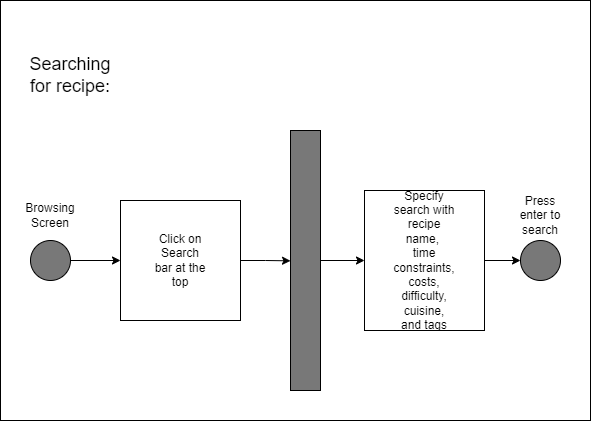
This is images/uml/UML1.png from software-students-fall2022/specification-exercise-team-7, a draw.io export, as it was before one commit. Source tidied: cells renumbered, new cells last; positions are measured from the earlier drawing's top-left corner, leaving out a move shared by most shapes. Its diagram source:
```xml
<mxGraphModel>
  <root>
    <mxCell id="0" />
    <mxCell id="1" parent="0" />
    <mxCell id="2" style="rounded=0;whiteSpace=wrap;html=1;fontSize=12;" parent="1" vertex="1">
      <mxGeometry width="590" height="420" as="geometry" />
    </mxCell>
    <mxCell id="3" value="&lt;font style=&quot;font-size: 18px;&quot;&gt;Searching for recipe:&lt;/font&gt;" style="text;html=1;strokeColor=none;fillColor=none;align=center;verticalAlign=middle;whiteSpace=wrap;rounded=0;" parent="1" vertex="1">
      <mxGeometry x="40" y="60" width="60" height="30" as="geometry" />
    </mxCell>
    <mxCell id="4" style="edgeStyle=orthogonalEdgeStyle;rounded=0;jettySize=auto;html=1;exitX=1;exitY=0.5;exitDx=0;exitDy=0;fontSize=12;" parent="1" edge="1" source="5" target="8">
      <mxGeometry relative="1" as="geometry" />
    </mxCell>
    <mxCell id="5" style="ellipse;whiteSpace=wrap;html=1;fontSize=12;fillColor=#787878;" parent="1" vertex="1">
      <mxGeometry x="30" y="240" width="40" height="40" as="geometry" />
    </mxCell>
    <mxCell id="6" value="Browsing Screen" style="text;html=1;strokeColor=none;fillColor=none;align=center;verticalAlign=middle;whiteSpace=wrap;rounded=0;fontSize=12;" parent="1" vertex="1">
      <mxGeometry x="20" y="200" width="60" height="30" as="geometry" />
    </mxCell>
    <mxCell id="7" style="edgeStyle=orthogonalEdgeStyle;rounded=0;jettySize=auto;html=1;exitX=1;exitY=0.5;exitDx=0;exitDy=0;fontSize=12;" parent="1" edge="1" source="8">
      <mxGeometry relative="1" as="geometry">
        <mxPoint x="290" y="260.3" as="targetPoint" />
      </mxGeometry>
    </mxCell>
    <mxCell id="8" style="rounded=0;whiteSpace=wrap;html=1;fontSize=12;" parent="1" vertex="1">
      <mxGeometry x="120" y="200" width="120" height="120" as="geometry" />
    </mxCell>
    <mxCell id="9" value="Click on Search bar at the top" style="text;html=1;strokeColor=none;fillColor=none;align=center;verticalAlign=middle;whiteSpace=wrap;rounded=0;fontSize=12;" parent="1" vertex="1">
      <mxGeometry x="150" y="247.5" width="60" height="25" as="geometry" />
    </mxCell>
    <mxCell id="10" style="edgeStyle=orthogonalEdgeStyle;rounded=0;jettySize=auto;html=1;exitX=1;exitY=0.5;exitDx=0;exitDy=0;fontSize=12;" parent="1" edge="1" source="11">
      <mxGeometry relative="1" as="geometry">
        <mxPoint x="520" y="260.3" as="targetPoint" />
      </mxGeometry>
    </mxCell>
    <mxCell id="11" style="rounded=0;whiteSpace=wrap;html=1;fontSize=12;" parent="1" vertex="1">
      <mxGeometry x="364" y="190" width="120" height="140" as="geometry" />
    </mxCell>
    <mxCell id="12" value="Specify search with recipe name,&amp;nbsp; time constraints, costs, difficulty, cuisine, and tags" style="text;html=1;strokeColor=none;fillColor=none;align=center;verticalAlign=middle;whiteSpace=wrap;rounded=0;fontSize=12;" parent="1" vertex="1">
      <mxGeometry x="394" y="245" width="60" height="30" as="geometry" />
    </mxCell>
    <mxCell id="13" style="edgeStyle=orthogonalEdgeStyle;rounded=0;jettySize=auto;html=1;exitX=1;exitY=0.5;exitDx=0;exitDy=0;entryX=0;entryY=0.5;entryDx=0;entryDy=0;fontSize=12;" parent="1" edge="1" source="14" target="11">
      <mxGeometry relative="1" as="geometry" />
    </mxCell>
    <mxCell id="14" style="rounded=0;whiteSpace=wrap;html=1;fontSize=12;fillColor=#787878;" parent="1" vertex="1">
      <mxGeometry x="290" y="130" width="30" height="260" as="geometry" />
    </mxCell>
    <mxCell id="15" style="ellipse;whiteSpace=wrap;html=1;fontSize=12;fillColor=#787878;" parent="1" vertex="1">
      <mxGeometry x="520" y="240" width="40" height="40" as="geometry" />
    </mxCell>
    <mxCell id="16" value="Press enter to search" style="text;html=1;strokeColor=none;fillColor=none;align=center;verticalAlign=middle;whiteSpace=wrap;rounded=0;fontSize=12;" parent="1" vertex="1">
      <mxGeometry x="510" y="200" width="60" height="30" as="geometry" />
    </mxCell>
  </root>
</mxGraphModel>
```
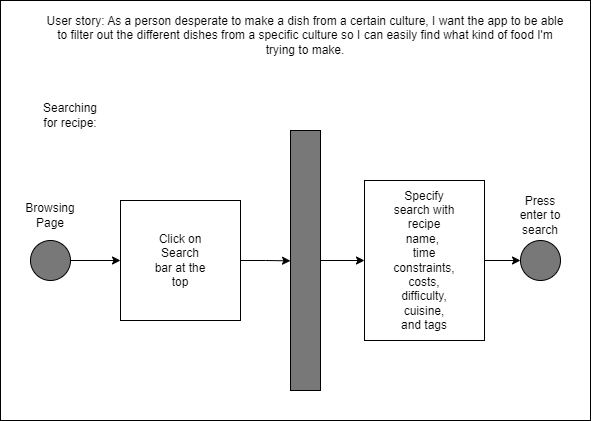
The same file after the commit.

Commit message:
Updated UML Diagrams

Diff of the diagram source:
```diff
@@ -5,8 +5,8 @@
     <mxCell id="2" style="rounded=0;whiteSpace=wrap;html=1;fontSize=12;" parent="1" vertex="1">
       <mxGeometry width="590" height="420" as="geometry" />
     </mxCell>
-    <mxCell id="3" value="&lt;font style=&quot;font-size: 18px;&quot;&gt;Searching for recipe:&lt;/font&gt;" style="text;html=1;strokeColor=none;fillColor=none;align=center;verticalAlign=middle;whiteSpace=wrap;rounded=0;" parent="1" vertex="1">
-      <mxGeometry x="40" y="60" width="60" height="30" as="geometry" />
+    <mxCell id="3" value="&lt;font style=&quot;font-size: 12px;&quot;&gt;Searching for recipe:&lt;/font&gt;" style="text;html=1;strokeColor=none;fillColor=none;align=center;verticalAlign=middle;whiteSpace=wrap;rounded=0;" parent="1" vertex="1">
+      <mxGeometry x="40" y="100" width="60" height="30" as="geometry" />
     </mxCell>
     <mxCell id="4" style="edgeStyle=orthogonalEdgeStyle;rounded=0;jettySize=auto;html=1;exitX=1;exitY=0.5;exitDx=0;exitDy=0;fontSize=12;" parent="1" edge="1" source="5" target="8">
       <mxGeometry relative="1" as="geometry" />
@@ -14,7 +14,7 @@
     <mxCell id="5" style="ellipse;whiteSpace=wrap;html=1;fontSize=12;fillColor=#787878;" parent="1" vertex="1">
       <mxGeometry x="30" y="240" width="40" height="40" as="geometry" />
     </mxCell>
-    <mxCell id="6" value="Browsing Screen" style="text;html=1;strokeColor=none;fillColor=none;align=center;verticalAlign=middle;whiteSpace=wrap;rounded=0;fontSize=12;" parent="1" vertex="1">
+    <mxCell id="6" value="Browsing Page" style="text;html=1;strokeColor=none;fillColor=none;align=center;verticalAlign=middle;whiteSpace=wrap;rounded=0;fontSize=12;" parent="1" vertex="1">
       <mxGeometry x="20" y="200" width="60" height="30" as="geometry" />
     </mxCell>
     <mxCell id="7" style="edgeStyle=orthogonalEdgeStyle;rounded=0;jettySize=auto;html=1;exitX=1;exitY=0.5;exitDx=0;exitDy=0;fontSize=12;" parent="1" edge="1" source="8">
@@ -34,7 +34,7 @@
       </mxGeometry>
     </mxCell>
     <mxCell id="11" style="rounded=0;whiteSpace=wrap;html=1;fontSize=12;" parent="1" vertex="1">
-      <mxGeometry x="364" y="190" width="120" height="140" as="geometry" />
+      <mxGeometry x="364" y="180" width="120" height="160" as="geometry" />
     </mxCell>
     <mxCell id="12" value="Specify search with recipe name,&amp;nbsp; time constraints, costs, difficulty, cuisine, and tags" style="text;html=1;strokeColor=none;fillColor=none;align=center;verticalAlign=middle;whiteSpace=wrap;rounded=0;fontSize=12;" parent="1" vertex="1">
       <mxGeometry x="394" y="245" width="60" height="30" as="geometry" />
@@ -51,5 +51,8 @@
     <mxCell id="16" value="Press enter to search" style="text;html=1;strokeColor=none;fillColor=none;align=center;verticalAlign=middle;whiteSpace=wrap;rounded=0;fontSize=12;" parent="1" vertex="1">
       <mxGeometry x="510" y="200" width="60" height="30" as="geometry" />
     </mxCell>
+    <mxCell id="17" value="User story: As a person desperate to make a dish from a certain culture, I want the app to be able to filter out the different dishes from a specific culture so I can easily find what kind of food I'm trying to make." style="text;html=1;strokeColor=none;fillColor=none;align=center;verticalAlign=middle;whiteSpace=wrap;rounded=0;fontSize=12;" parent="1" vertex="1">
+      <mxGeometry x="40" y="20" width="530" height="30" as="geometry" />
+    </mxCell>
   </root>
 </mxGraphModel>
```
